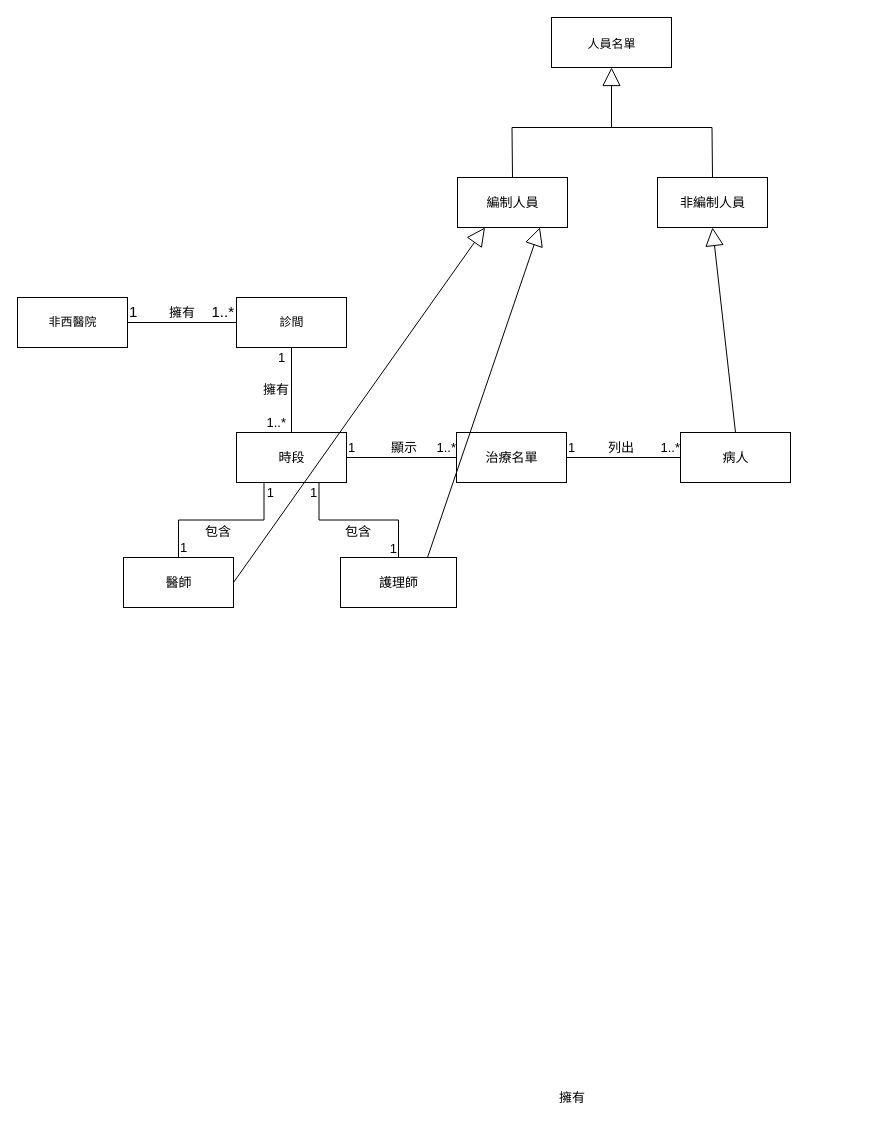
The draw.io diagram Clinic.drawio in 109111114/110-2HW2, before the edit. Source tidied: cells renumbered, new cells numbered last; positions are measured from the earlier drawing's top-left corner, leaving out a move shared by most shapes. Both pictures are drawn from the tidied source at 100%, with x=0, y=0 at pixel (17, 17).
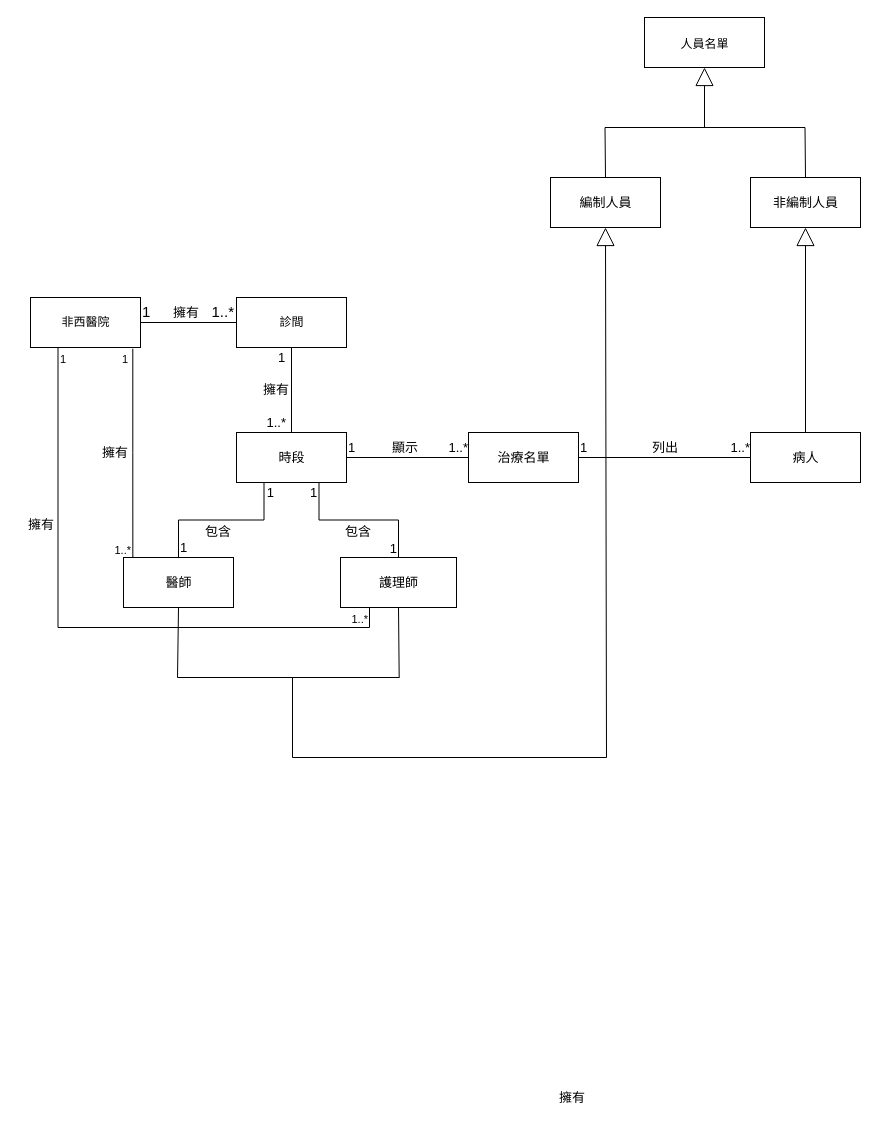
The same page after the edit.

The change refers to these unchanged cells:
```xml
<mxCell id="16" value="護理師" style="html=1;rounded=0;fontSize=13;" parent="1" vertex="1">
  <mxGeometry x="323" y="540" width="116" height="50" as="geometry" />
</mxCell>
<mxCell id="38" value="醫師" style="html=1;rounded=0;fontSize=13;" parent="1" vertex="1">
  <mxGeometry x="106" y="540" width="110" height="50" as="geometry" />
</mxCell>
```

What changed in the source:
```diff
@@
     <mxCell id="2" style="endArrow=none;html=1;rounded=0;exitX=0.5;exitY=0;exitDx=0;exitDy=0;" parent="1" edge="1" source="34">
       <mxGeometry relative="1" as="geometry">
-        <mxPoint x="494.5" y="110" as="targetPoint" />
+        <mxPoint x="587.5" y="110" as="targetPoint" />
       </mxGeometry>
     </mxCell>
     <mxCell id="3" style="endArrow=block;endSize=16;endFill=0;html=1;rounded=0;entryX=0.5;entryY=1;entryDx=0;entryDy=0;" parent="1" edge="1" target="7">
       <mxGeometry relative="1" as="geometry">
-        <mxPoint x="594" y="110" as="sourcePoint" />
+        <mxPoint x="687" y="110" as="sourcePoint" />
       </mxGeometry>
     </mxCell>
     <mxCell id="4" style="endArrow=none;html=1;rounded=0;" parent="1" edge="1">
       <mxGeometry relative="1" as="geometry">
-        <mxPoint x="494.5" y="110" as="sourcePoint" />
-        <mxPoint x="694.5" y="110" as="targetPoint" />
+        <mxPoint x="587.5" y="110" as="sourcePoint" />
+        <mxPoint x="787.5" y="110" as="targetPoint" />
       </mxGeometry>
     </mxCell>
     <mxCell id="5" value="非西醫院" style="html=1;" parent="1" vertex="1">
-      <mxGeometry y="280" width="110" height="50" as="geometry" />
+      <mxGeometry x="13" y="280" width="110" height="50" as="geometry" />
     </mxCell>
     <mxCell id="6" style="endArrow=none;html=1;rounded=0;exitX=0.5;exitY=0;exitDx=0;exitDy=0;" parent="1" edge="1" source="35">
       <mxGeometry relative="1" as="geometry">
-        <mxPoint x="694.5" y="110" as="targetPoint" />
+        <mxPoint x="787.5" y="110" as="targetPoint" />
       </mxGeometry>
     </mxCell>
     <mxCell id="7" value="&lt;span style=&quot;font-size: 12px&quot;&gt;人員名單&lt;/span&gt;" style="html=1;rounded=0;fontSize=15;" parent="1" vertex="1">
-      <mxGeometry x="534" width="120" height="50" as="geometry" />
+      <mxGeometry x="627" width="120" height="50" as="geometry" />
     </mxCell>
@@
     <mxCell id="26" value="治療名單" style="html=1;rounded=0;fontSize=13;" parent="1" vertex="1">
-      <mxGeometry x="439" y="415" width="110" height="50" as="geometry" />
+      <mxGeometry x="451" y="415" width="110" height="50" as="geometry" />
     </mxCell>
     <mxCell id="27" value="顯示" style="edgeLabel;html=1;align=left;verticalAlign=bottom;rounded=0;fontSize=13;" parent="1" vertex="1">
-      <mxGeometry x="372" y="440" as="geometry" />
+      <mxGeometry x="373" y="440" as="geometry" />
     </mxCell>
@@
     <mxCell id="31" value="病人" style="html=1;rounded=0;fontSize=13;" parent="1" vertex="1">
-      <mxGeometry x="663" y="415" width="110" height="50" as="geometry" />
+      <mxGeometry x="733" y="415" width="110" height="50" as="geometry" />
     </mxCell>
     <mxCell id="32" value="列出" style="edgeLabel;html=1;align=left;verticalAlign=bottom;rounded=0;fontSize=13;" parent="1" vertex="1">
-      <mxGeometry x="589" y="440" as="geometry" />
+      <mxGeometry x="633" y="440" as="geometry" />
     </mxCell>
     <mxCell id="33" value="擁有" style="edgeLabel;html=1;align=left;verticalAlign=bottom;rounded=0;fontSize=13;" parent="1" vertex="1">
-      <mxGeometry x="150" y="305" as="geometry" />
+      <mxGeometry x="154" y="305" as="geometry" />
     </mxCell>
     <mxCell id="34" value="編制人員" style="html=1;rounded=0;fontSize=13;" parent="1" vertex="1">
-      <mxGeometry x="440" y="160" width="110" height="50" as="geometry" />
+      <mxGeometry x="533" y="160" width="110" height="50" as="geometry" />
     </mxCell>
     <mxCell id="35" value="非編制人員" style="html=1;rounded=0;fontSize=13;" parent="1" vertex="1">
-      <mxGeometry x="640" y="160" width="110" height="50" as="geometry" />
+      <mxGeometry x="733" y="160" width="110" height="50" as="geometry" />
     </mxCell>
-    <mxCell id="36" style="endArrow=block;endSize=16;endFill=0;html=1;rounded=0;fontSize=13;entryX=0.75;entryY=1;entryDx=0;entryDy=0;exitX=0.75;exitY=0;exitDx=0;exitDy=0;" parent="1" edge="1" source="16" target="34">
-      <mxGeometry relative="1" as="geometry" />
-    </mxCell>
@@
-    <mxCell id="43" style="endArrow=block;endSize=16;endFill=0;html=1;rounded=0;fontSize=13;entryX=0.25;entryY=1;entryDx=0;entryDy=0;exitX=1;exitY=0.5;exitDx=0;exitDy=0;" parent="1" edge="1" source="38" target="34">
-      <mxGeometry relative="1" as="geometry" />
-    </mxCell>
+    <mxCell id="44" style="endArrow=none;html=1;rounded=0;entryX=0.5;entryY=1;entryDx=0;entryDy=0;" parent="1" edge="1" target="38">
+      <mxGeometry relative="1" as="geometry">
+        <mxPoint x="160" y="660" as="sourcePoint" />
+      </mxGeometry>
+    </mxCell>
+    <mxCell id="45" style="endArrow=none;html=1;rounded=0;" parent="1" edge="1">
+      <mxGeometry relative="1" as="geometry">
+        <mxPoint x="160" y="660" as="sourcePoint" />
+        <mxPoint x="382" y="660" as="targetPoint" />
+      </mxGeometry>
+    </mxCell>
+    <mxCell id="46" style="endArrow=none;html=1;rounded=0;entryX=0.5;entryY=1;entryDx=0;entryDy=0;" parent="1" edge="1" target="16">
+      <mxGeometry relative="1" as="geometry">
+        <mxPoint x="381.7" y="660" as="sourcePoint" />
+      </mxGeometry>
+    </mxCell>
+    <mxCell id="47" style="endArrow=block;endSize=16;endFill=0;html=1;rounded=0;entryX=0.5;entryY=1;entryDx=0;entryDy=0;" parent="1" edge="1" target="34">
+      <mxGeometry relative="1" as="geometry">
+        <mxPoint x="589" y="740" as="sourcePoint" />
+      </mxGeometry>
+    </mxCell>
+    <mxCell id="48" style="endArrow=none;html=1;rounded=0;" parent="1" edge="1">
+      <mxGeometry relative="1" as="geometry">
+        <mxPoint x="275" y="740" as="sourcePoint" />
+        <mxPoint x="275" y="660" as="targetPoint" />
+      </mxGeometry>
+    </mxCell>
+    <mxCell id="49" style="endArrow=none;html=1;rounded=0;" parent="1" edge="1">
+      <mxGeometry relative="1" as="geometry">
+        <mxPoint x="275" y="740" as="sourcePoint" />
+        <mxPoint x="589" y="740" as="targetPoint" />
+      </mxGeometry>
+    </mxCell>
+    <mxCell id="50" style="endArrow=none;html=1;edgeStyle=orthogonalEdgeStyle;rounded=0;exitX=0.93;exitY=1.025;exitDx=0;exitDy=0;exitPerimeter=0;entryX=0.085;entryY=0;entryDx=0;entryDy=0;entryPerimeter=0;" parent="1" edge="1" source="5" target="38">
+      <mxGeometry relative="1" as="geometry" />
+    </mxCell>
+    <mxCell id="51" value="1" style="edgeLabel;html=1;align=left;verticalAlign=bottom;" parent="50" vertex="1">
+      <mxGeometry x="-1" relative="1" as="geometry">
+        <mxPoint x="-12" y="19" as="offset" />
+      </mxGeometry>
+    </mxCell>
+    <mxCell id="52" value="1..*" style="edgeLabel;html=1;align=right;verticalAlign=bottom;" parent="50" vertex="1">
+      <mxGeometry x="1" relative="1" as="geometry">
+        <mxPoint x="-1" y="1" as="offset" />
+      </mxGeometry>
+    </mxCell>
+    <mxCell id="53" value="&lt;span style=&quot;color: rgb(0, 0, 0); font-family: helvetica; font-size: 13px; font-style: normal; font-weight: 400; letter-spacing: normal; text-align: left; text-indent: 0px; text-transform: none; word-spacing: 0px; background-color: rgb(255, 255, 255); display: inline; float: none;&quot;&gt;擁有&lt;/span&gt;" style="text;whiteSpace=wrap;html=1;" parent="1" vertex="1">
+      <mxGeometry x="83" y="421" width="30" height="20" as="geometry" />
+    </mxCell>
+    <mxCell id="54" value="擁有" style="edgeLabel;html=1;align=right;verticalAlign=bottom;rounded=0;fontSize=13;" parent="1" vertex="1">
+      <mxGeometry x="37" y="517" as="geometry" />
+    </mxCell>
+    <mxCell id="55" style="endArrow=none;html=1;edgeStyle=orthogonalEdgeStyle;rounded=0;exitX=0.25;exitY=1;exitDx=0;exitDy=0;entryX=0.25;entryY=1;entryDx=0;entryDy=0;" parent="1" edge="1" source="5" target="16">
+      <mxGeometry relative="1" as="geometry">
+        <Array as="points">
+          <mxPoint x="41" y="610" />
+          <mxPoint x="352" y="610" />
+        </Array>
+      </mxGeometry>
+    </mxCell>
+    <mxCell id="56" value="1" style="edgeLabel;html=1;align=left;verticalAlign=bottom;" parent="55" vertex="1">
+      <mxGeometry x="-1" relative="1" as="geometry">
+        <mxPoint y="20" as="offset" />
+      </mxGeometry>
+    </mxCell>
+    <mxCell id="57" value="1..*" style="edgeLabel;html=1;align=right;verticalAlign=bottom;" parent="55" vertex="1">
+      <mxGeometry x="1" relative="1" as="geometry">
+        <mxPoint x="-1" y="20" as="offset" />
+      </mxGeometry>
+    </mxCell>
```
